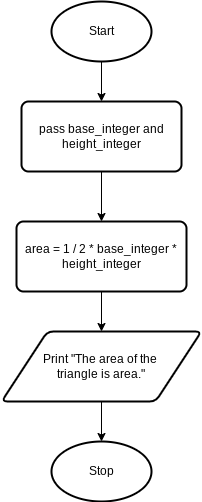
Earlier version of the draw.io export design.triangle.flowchart.png (Yiyun-Qin/ICS3U-Unit5-02-Python). Source tidied: cells renumbered, new cells last; positions are measured from the earlier drawing's top-left corner, leaving out a move shared by most shapes.
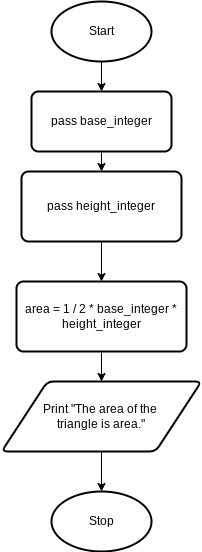
After the change.

The edit, as a diff of the source:
```diff
@@ -2,32 +2,38 @@
   <root>
     <mxCell id="0" />
     <mxCell id="1" parent="0" />
-    <mxCell id="2" style="edgeStyle=none;html=1;exitX=0.5;exitY=1;exitDx=0;exitDy=0;exitPerimeter=0;entryX=0.5;entryY=0;entryDx=0;entryDy=0;" parent="1" edge="1" source="3" target="6">
-      <mxGeometry relative="1" as="geometry" />
-    </mxCell>
+    <mxCell id="11" style="edgeStyle=none;html=1;exitX=0.5;exitY=1;exitDx=0;exitDy=0;exitPerimeter=0;entryX=0.5;entryY=0;entryDx=0;entryDy=0;" parent="1" edge="1" source="3" target="13">
+      <mxGeometry relative="1" as="geometry" />
+    </mxCell>
     <mxCell id="3" value="Start" style="strokeWidth=2;html=1;shape=mxgraph.flowchart.start_1;whiteSpace=wrap;" parent="1" vertex="1">
       <mxGeometry x="50" width="100" height="60" as="geometry" />
     </mxCell>
     <mxCell id="4" value="Stop" style="strokeWidth=2;html=1;shape=mxgraph.flowchart.start_1;whiteSpace=wrap;" parent="1" vertex="1">
-      <mxGeometry x="50" y="440" width="100" height="60" as="geometry" />
+      <mxGeometry x="50" y="490" width="100" height="60" as="geometry" />
     </mxCell>
     <mxCell id="5" style="edgeStyle=none;html=1;exitX=0.5;exitY=1;exitDx=0;exitDy=0;entryX=0.5;entryY=0;entryDx=0;entryDy=0;" parent="1" edge="1" source="6" target="8">
       <mxGeometry relative="1" as="geometry" />
     </mxCell>
-    <mxCell id="6" value="pass base_integer and height_integer" style="rounded=1;whiteSpace=wrap;html=1;absoluteArcSize=1;arcSize=14;strokeWidth=2;" parent="1" vertex="1">
-      <mxGeometry x="20" y="100" width="160" height="70" as="geometry" />
+    <mxCell id="6" value="pass height_integer" style="rounded=1;whiteSpace=wrap;html=1;absoluteArcSize=1;arcSize=14;strokeWidth=2;" parent="1" vertex="1">
+      <mxGeometry x="20" y="170" width="160" height="70" as="geometry" />
     </mxCell>
     <mxCell id="7" style="edgeStyle=none;html=1;exitX=0.5;exitY=1;exitDx=0;exitDy=0;entryX=0.5;entryY=0;entryDx=0;entryDy=0;" parent="1" edge="1" source="8" target="10">
       <mxGeometry relative="1" as="geometry" />
     </mxCell>
     <mxCell id="8" value="area = 1 / 2 * base_integer * height_integer" style="rounded=1;whiteSpace=wrap;html=1;absoluteArcSize=1;arcSize=14;strokeWidth=2;" parent="1" vertex="1">
-      <mxGeometry x="15" y="220" width="170" height="70" as="geometry" />
+      <mxGeometry x="15" y="280" width="170" height="70" as="geometry" />
     </mxCell>
     <mxCell id="9" style="edgeStyle=none;html=1;exitX=0.5;exitY=1;exitDx=0;exitDy=0;entryX=0.5;entryY=0;entryDx=0;entryDy=0;entryPerimeter=0;" parent="1" edge="1" source="10" target="4">
       <mxGeometry relative="1" as="geometry" />
     </mxCell>
     <mxCell id="10" value="Print &quot;The area of the &lt;br&gt;triangle is area.&quot;" style="shape=parallelogram;html=1;strokeWidth=2;perimeter=parallelogramPerimeter;whiteSpace=wrap;rounded=1;arcSize=12;size=0.23;" parent="1" vertex="1">
-      <mxGeometry y="330" width="200" height="70" as="geometry" />
+      <mxGeometry y="380" width="200" height="70" as="geometry" />
     </mxCell>
+    <mxCell id="12" style="edgeStyle=none;html=1;exitX=0.5;exitY=1;exitDx=0;exitDy=0;entryX=0.5;entryY=0;entryDx=0;entryDy=0;" parent="1" edge="1" source="13" target="6">
+      <mxGeometry relative="1" as="geometry" />
+    </mxCell>
+    <mxCell id="13" value="pass base_integer" style="rounded=1;whiteSpace=wrap;html=1;absoluteArcSize=1;arcSize=14;strokeWidth=2;" parent="1" vertex="1">
+      <mxGeometry x="30" y="90" width="140" height="60" as="geometry" />
+    </mxCell>
   </root>
 </mxGraphModel>
```
